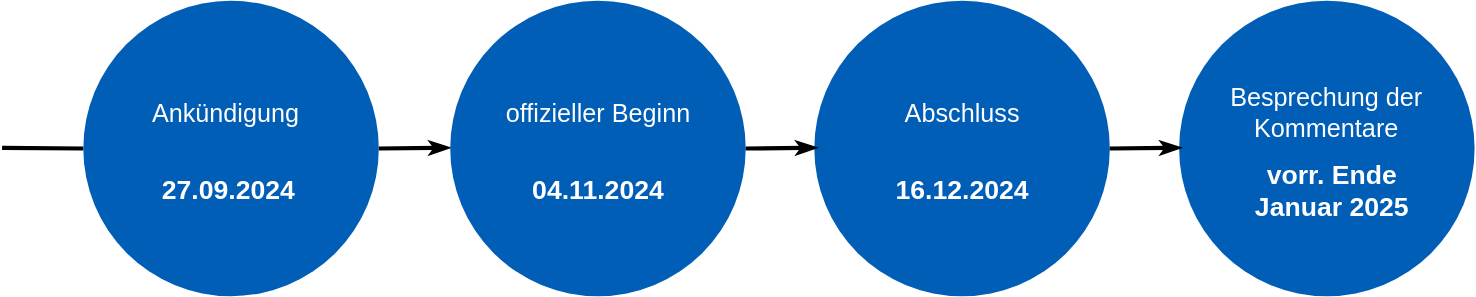
This is images/timelineARS.drawio.svg from robert-koch-institut/DEMIS_FHIR-Profile_Vorabveroeffentlichung, a draw.io export, as it was before one commit. Source tidied: cells renumbered, new cells last; positions are measured from the earlier drawing's top-left corner, leaving out a move shared by most shapes.
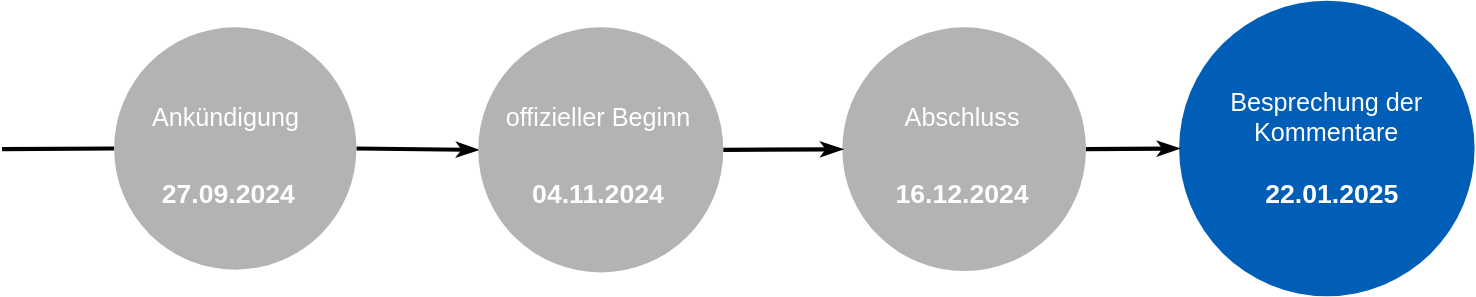
After the commit.

Commit message:
updates texts Kommentierungsphase ARS

The edit, as a diff of the source:
```diff
@@ -4,7 +4,7 @@
     <mxCell id="1" parent="0" />
     <mxCell id="2" style="endArrow=none;html=1;rounded=0;fontSize=23;fontColor=#FFFFFF;entryX=0;entryY=0.5;entryDx=0;entryDy=0;strokeWidth=3;" parent="1" edge="1" target="5">
       <mxGeometry relative="1" as="geometry">
-        <mxPoint y="105" as="sourcePoint" />
+        <mxPoint y="103" as="sourcePoint" />
       </mxGeometry>
     </mxCell>
     <mxCell id="3" style="endArrow=none;html=1;rounded=0;fontSize=23;fontColor=#FFFFFF;entryX=0;entryY=0.5;entryDx=0;entryDy=0;strokeWidth=3;strokeColor=none;" parent="1" edge="1">
@@ -13,33 +13,31 @@
         <mxPoint x="320" y="104.4" as="targetPoint" />
       </mxGeometry>
     </mxCell>
-    <mxCell id="4" style="endArrow=classicThin;html=1;rounded=0;strokeWidth=3;fontSize=23;fontColor=#FFFFFF;exitX=1;exitY=0.5;exitDx=0;exitDy=0;endFill=1;" parent="1" edge="1" source="5">
-      <mxGeometry relative="1" as="geometry">
-        <mxPoint x="320" y="105" as="targetPoint" />
-      </mxGeometry>
+    <mxCell id="4" style="endArrow=classicThin;html=1;rounded=0;strokeWidth=3;fontSize=23;fontColor=#FFFFFF;exitX=1;exitY=0.5;exitDx=0;exitDy=0;endFill=1;entryX=0;entryY=0.5;entryDx=0;entryDy=0;" parent="1" edge="1" source="5" target="7">
+      <mxGeometry relative="1" as="geometry" />
     </mxCell>
-    <mxCell id="5" style="ellipse;whiteSpace=wrap;html=1;fillColor=#005eb7;fontColor=#FFFFFF;fontFamily=Helvetica;fontSize=18;labelPosition=center;verticalLabelPosition=middle;align=center;verticalAlign=middle;spacingTop=-1;strokeColor=none;" parent="1" vertex="1">
-      <mxGeometry x="58" width="211" height="211" as="geometry" />
+    <mxCell id="5" style="ellipse;whiteSpace=wrap;html=1;fillColor=#B3B3B3;fontColor=#FFFFFF;fontFamily=Helvetica;fontSize=18;labelPosition=center;verticalLabelPosition=middle;align=center;verticalAlign=middle;spacingTop=-1;strokeColor=none;" parent="1" vertex="1">
+      <mxGeometry x="80" y="16" width="173" height="173" as="geometry" />
     </mxCell>
     <mxCell id="6" value="27.09.2024" style="text;html=1;strokeColor=none;fillColor=none;align=center;verticalAlign=middle;whiteSpace=wrap;rounded=0;fontSize=19;fontColor=#FFFFFF;fontStyle=1;" parent="1" vertex="1">
       <mxGeometry x="112" y="121" width="100" height="30" as="geometry" />
     </mxCell>
-    <mxCell id="7" style="ellipse;whiteSpace=wrap;html=1;fillColor=#005eb7;fontColor=#FFFFFF;fontFamily=Helvetica;fontSize=18;labelPosition=center;verticalLabelPosition=middle;align=center;verticalAlign=middle;spacingTop=-1;strokeColor=none;" parent="1" vertex="1">
-      <mxGeometry x="320" width="211" height="211" as="geometry" />
+    <mxCell id="7" style="ellipse;whiteSpace=wrap;html=1;fillColor=#B3B3B3;fontColor=#FFFFFF;fontFamily=Helvetica;fontSize=18;labelPosition=center;verticalLabelPosition=middle;align=center;verticalAlign=middle;spacingTop=-1;strokeColor=none;" parent="1" vertex="1">
+      <mxGeometry x="340" y="16" width="175" height="175" as="geometry" />
     </mxCell>
     <mxCell id="8" value="04.11.2024" style="text;html=1;strokeColor=none;fillColor=none;align=center;verticalAlign=middle;whiteSpace=wrap;rounded=0;fontSize=19;fontColor=#FFFFFF;fontStyle=1;" parent="1" vertex="1">
       <mxGeometry x="375.5" y="121" width="100" height="30" as="geometry" />
     </mxCell>
-    <mxCell id="9" style="ellipse;whiteSpace=wrap;html=1;fillColor=#005eb7;fontColor=#FFFFFF;fontFamily=Helvetica;fontSize=18;labelPosition=center;verticalLabelPosition=middle;align=center;verticalAlign=middle;spacingTop=-1;strokeColor=none;" parent="1" vertex="1">
-      <mxGeometry x="580" width="211" height="211" as="geometry" />
+    <mxCell id="9" style="ellipse;whiteSpace=wrap;html=1;fillColor=#B3B3B3;fontColor=#FFFFFF;fontFamily=Helvetica;fontSize=18;labelPosition=center;verticalLabelPosition=middle;align=center;verticalAlign=middle;spacingTop=-1;strokeColor=none;" parent="1" vertex="1">
+      <mxGeometry x="600" y="16" width="174" height="174" as="geometry" />
     </mxCell>
     <mxCell id="10" value="16.12.2024" style="text;html=1;strokeColor=none;fillColor=none;align=center;verticalAlign=middle;whiteSpace=wrap;rounded=0;fontSize=19;fontColor=#FFFFFF;fontStyle=1;" parent="1" vertex="1">
       <mxGeometry x="635.5" y="121" width="100" height="30" as="geometry" />
     </mxCell>
     <mxCell id="11" style="ellipse;whiteSpace=wrap;html=1;fillColor=#005eb7;fontColor=#FFFFFF;fontFamily=Helvetica;fontSize=18;labelPosition=center;verticalLabelPosition=middle;align=center;verticalAlign=middle;spacingTop=-1;strokeColor=none;" parent="1" vertex="1">
-      <mxGeometry x="840.5" width="211" height="211" as="geometry" />
+      <mxGeometry x="840.5" y="-3" width="211" height="211" as="geometry" />
     </mxCell>
-    <mxCell id="12" value="vorr. Ende Januar 2025" style="text;html=1;strokeColor=none;fillColor=none;align=center;verticalAlign=middle;whiteSpace=wrap;rounded=0;fontSize=19;fontColor=#FFFFFF;fontStyle=1;" parent="1" vertex="1">
+    <mxCell id="12" value="22.01.2025" style="text;html=1;strokeColor=none;fillColor=none;align=center;verticalAlign=middle;whiteSpace=wrap;rounded=0;fontSize=19;fontColor=#FFFFFF;fontStyle=1;" parent="1" vertex="1">
       <mxGeometry x="870" y="98.5" width="160" height="75" as="geometry" />
     </mxCell>
     <mxCell id="13" value="Ankündigung" style="text;html=1;strokeColor=none;fillColor=none;align=center;verticalAlign=middle;whiteSpace=wrap;rounded=0;fontSize=18;fontColor=#FFFFFF;" parent="1" vertex="1">
@@ -54,17 +52,11 @@
     <mxCell id="16" value="Besprechung der Kommentare" style="text;html=1;strokeColor=none;fillColor=none;align=center;verticalAlign=middle;whiteSpace=wrap;rounded=0;fontSize=18;fontColor=#FFFFFF;" parent="1" vertex="1">
       <mxGeometry x="876" y="66" width="140" height="30" as="geometry" />
     </mxCell>
-    <mxCell id="17" style="endArrow=classicThin;html=1;rounded=0;strokeWidth=3;fontSize=23;fontColor=#FFFFFF;exitX=1;exitY=0.5;exitDx=0;exitDy=0;endFill=1;" parent="1" edge="1">
-      <mxGeometry relative="1" as="geometry">
-        <mxPoint x="531" y="105.5" as="sourcePoint" />
-        <mxPoint x="582" y="105" as="targetPoint" />
-      </mxGeometry>
+    <mxCell id="17" style="endArrow=classicThin;html=1;rounded=0;strokeWidth=3;fontSize=23;fontColor=#FFFFFF;exitX=1;exitY=0.5;exitDx=0;exitDy=0;endFill=1;entryX=0;entryY=0.5;entryDx=0;entryDy=0;" parent="1" edge="1" source="7" target="9">
+      <mxGeometry relative="1" as="geometry" />
     </mxCell>
-    <mxCell id="18" style="endArrow=classicThin;html=1;rounded=0;strokeWidth=3;fontSize=23;fontColor=#FFFFFF;exitX=1;exitY=0.5;exitDx=0;exitDy=0;endFill=1;" parent="1" edge="1">
-      <mxGeometry relative="1" as="geometry">
-        <mxPoint x="791" y="105.5" as="sourcePoint" />
-        <mxPoint x="842" y="105" as="targetPoint" />
-      </mxGeometry>
+    <mxCell id="18" style="endArrow=classicThin;html=1;rounded=0;strokeWidth=3;fontSize=23;fontColor=#FFFFFF;exitX=1;exitY=0.5;exitDx=0;exitDy=0;endFill=1;entryX=0;entryY=0.5;entryDx=0;entryDy=0;" parent="1" edge="1" source="9" target="11">
+      <mxGeometry relative="1" as="geometry" />
     </mxCell>
   </root>
 </mxGraphModel>
```
